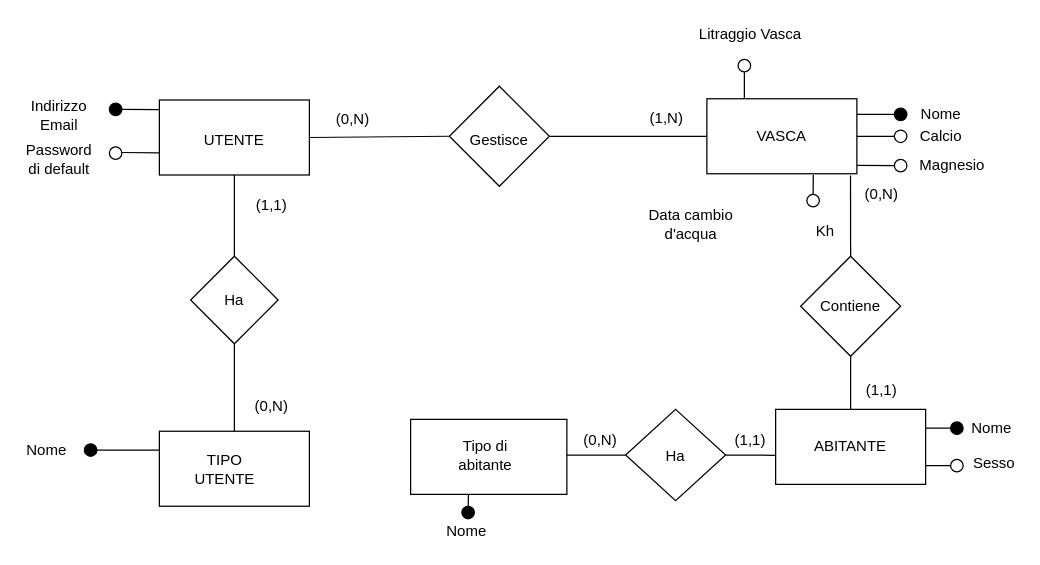
Before: Progettazione/DataBase/DesignDatabase.drawio in mattiaruberto/GestioneAcquariMarini, a draw.io diagram. Source tidied: cells renumbered, new cells numbered last; positions are measured from the earlier drawing's top-left corner, leaving out a move shared by most shapes. Both pictures are drawn from the tidied source at 125%, with x=0, y=0 at pixel (21, 21).
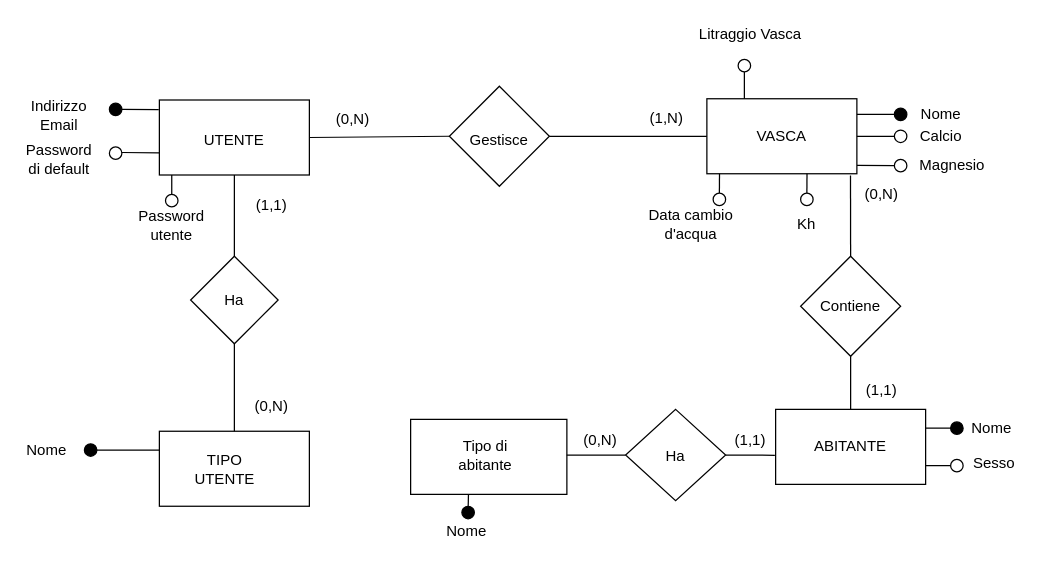
Above is the later version.

The edit, as a diff of the source:
```diff
@@
     <mxCell id="38" style="endArrow=none;html=1;entryX=0.084;entryY=0.99;entryDx=0;entryDy=0;entryPerimeter=0;" parent="1" edge="1">
       <mxGeometry relative="1" as="geometry">
-        <mxPoint x="633" y="138" as="sourcePoint" />
-        <mxPoint x="633.1" y="122.4" as="targetPoint" />
+        <mxPoint x="628" y="137" as="sourcePoint" />
+        <mxPoint x="628.1" y="121.4" as="targetPoint" />
       </mxGeometry>
     </mxCell>
     <mxCell id="39" style="ellipse;whiteSpace=wrap;html=1;strokeColor=#000000;fillColor=#FFFFFF;fontColor=#ffffff;" parent="1" vertex="1">
-      <mxGeometry x="628" y="138" width="10" height="10" as="geometry" />
+      <mxGeometry x="623" y="137" width="10" height="10" as="geometry" />
     </mxCell>
@@
     <mxCell id="69" value="Kh" style="text;html=1;strokeColor=none;fillColor=none;align=center;verticalAlign=middle;whiteSpace=wrap;rounded=0;" parent="1" vertex="1">
-      <mxGeometry x="633" y="158" width="20" height="20" as="geometry" />
+      <mxGeometry x="618" y="152" width="20" height="20" as="geometry" />
     </mxCell>
+    <mxCell id="70" style="endArrow=none;html=1;entryX=0.084;entryY=0.99;entryDx=0;entryDy=0;entryPerimeter=0;" parent="1" edge="1">
+      <mxGeometry relative="1" as="geometry">
+        <mxPoint x="558" y="137" as="sourcePoint" />
+        <mxPoint x="558.1" y="121.4" as="targetPoint" />
+      </mxGeometry>
+    </mxCell>
+    <mxCell id="71" style="ellipse;whiteSpace=wrap;html=1;strokeColor=#000000;fillColor=#FFFFFF;fontColor=#ffffff;" parent="1" vertex="1">
+      <mxGeometry x="553" y="137" width="10" height="10" as="geometry" />
+    </mxCell>
+    <mxCell id="72" style="endArrow=none;html=1;entryX=0.084;entryY=0.99;entryDx=0;entryDy=0;entryPerimeter=0;" parent="1" edge="1">
+      <mxGeometry relative="1" as="geometry">
+        <mxPoint x="119.9" y="138" as="sourcePoint" />
+        <mxPoint x="119.9" y="122.4" as="targetPoint" />
+      </mxGeometry>
+    </mxCell>
+    <mxCell id="73" style="ellipse;whiteSpace=wrap;html=1;strokeColor=#000000;fillColor=#FFFFFF;fontColor=#ffffff;" parent="1" vertex="1">
+      <mxGeometry x="114.9" y="138" width="10" height="10" as="geometry" />
+    </mxCell>
+    <mxCell id="74" value="Password utente" style="text;html=1;strokeColor=none;fillColor=none;align=center;verticalAlign=middle;whiteSpace=wrap;rounded=0;" parent="1" vertex="1">
+      <mxGeometry x="109.9" y="153" width="20" height="20" as="geometry" />
+    </mxCell>
```
